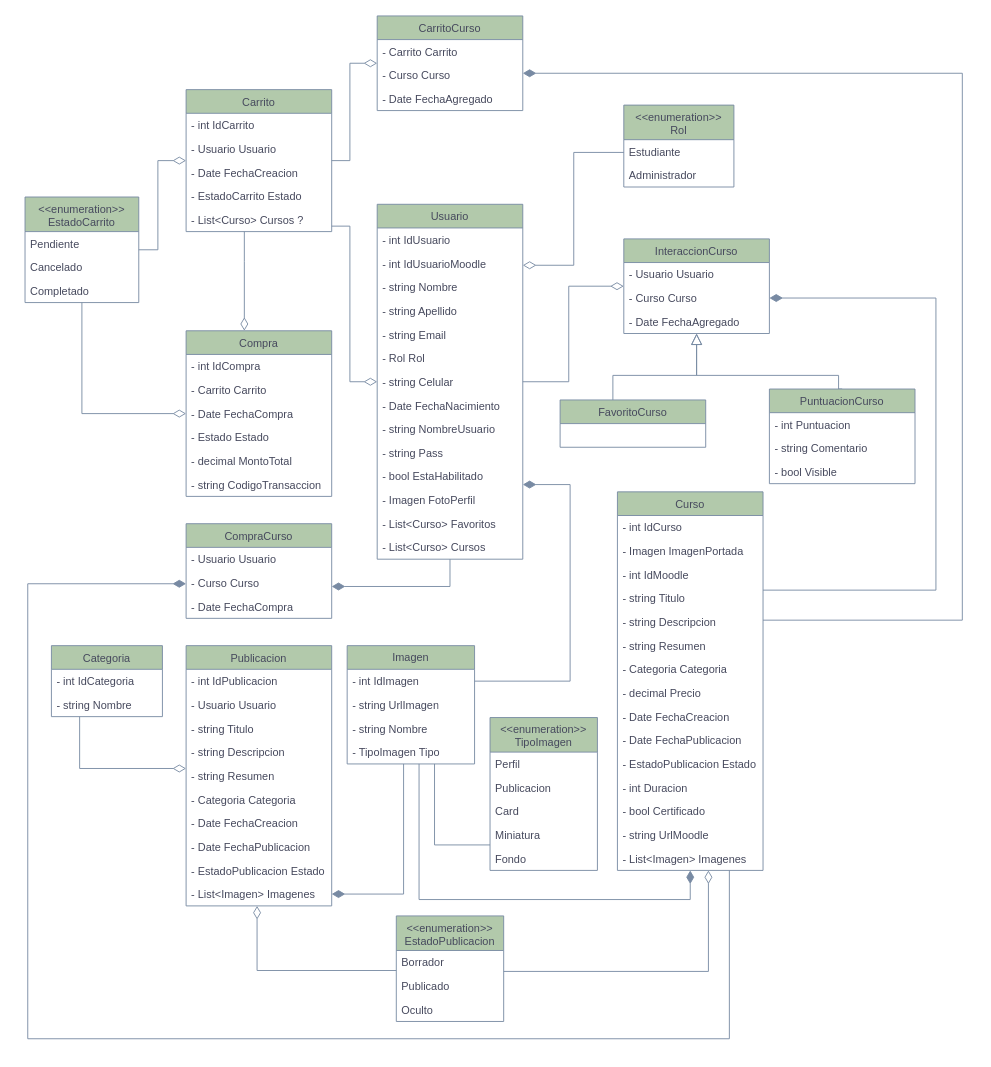
Earlier version of the draw.io diagram UML/UML.drawio (GDieser/tpc-equipo-12A). Source tidied: cells renumbered, new cells numbered last; positions are measured from the earlier drawing's top-left corner, leaving out a move shared by most shapes. Both pictures are drawn from the tidied source at 91%, with x=0, y=0 at pixel (25, 15).
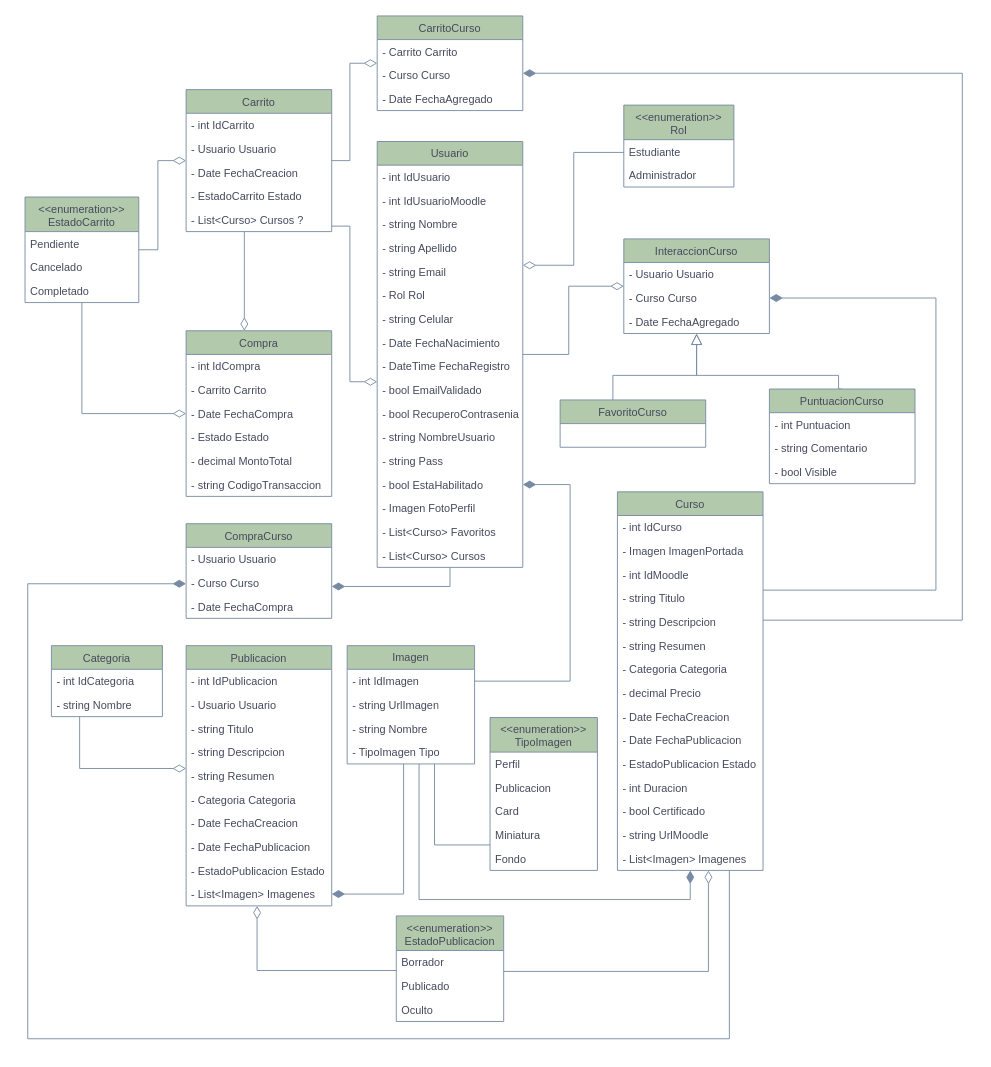
The same page after the edit.

The edit, as a diff of the source:
```diff
@@
     <mxCell id="2" value="Usuario" style="swimlane;fontStyle=0;align=center;verticalAlign=top;horizontal=1;startSize=26;rounded=0;shadow=0;strokeWidth=1;labelBackgroundColor=none;fillColor=#B2C9AB;strokeColor=#788AA3;fontColor=#46495D;" parent="1" vertex="1">
-      <mxGeometry x="387" y="207" width="160" height="390" as="geometry" />
+      <mxGeometry x="387" y="138" width="160" height="468" as="geometry" />
     </mxCell>
@@
+    <mxCell id="120" value="- DateTime FechaRegistro" style="text;align=left;verticalAlign=top;spacingLeft=4;spacingRight=4;overflow=hidden;rounded=0;shadow=0;html=0;labelBackgroundColor=none;fontColor=#46495D;" parent="2" vertex="1">
+      <mxGeometry y="234" width="160" height="26" as="geometry" />
+    </mxCell>
+    <mxCell id="121" value="- bool EmailValidado" style="text;align=left;verticalAlign=top;spacingLeft=4;spacingRight=4;overflow=hidden;rounded=0;shadow=0;html=0;labelBackgroundColor=none;fontColor=#46495D;" parent="2" vertex="1">
+      <mxGeometry y="260" width="160" height="26" as="geometry" />
+    </mxCell>
+    <mxCell id="122" value="- bool RecuperoContrasenia" style="text;align=left;verticalAlign=top;spacingLeft=4;spacingRight=4;overflow=hidden;rounded=0;shadow=0;html=0;labelBackgroundColor=none;fontColor=#46495D;" parent="2" vertex="1">
+      <mxGeometry y="286" width="160" height="26" as="geometry" />
+    </mxCell>
     <mxCell id="11" value="- string NombreUsuario" style="text;align=left;verticalAlign=top;spacingLeft=4;spacingRight=4;overflow=hidden;rounded=0;shadow=0;html=0;labelBackgroundColor=none;fontColor=#46495D;" parent="2" vertex="1">
-      <mxGeometry y="234" width="160" height="26" as="geometry" />
+      <mxGeometry y="312" width="160" height="26" as="geometry" />
     </mxCell>
     <mxCell id="12" value="- string Pass" style="text;align=left;verticalAlign=top;spacingLeft=4;spacingRight=4;overflow=hidden;rounded=0;shadow=0;html=0;labelBackgroundColor=none;fontColor=#46495D;" parent="2" vertex="1">
-      <mxGeometry y="260" width="160" height="26" as="geometry" />
+      <mxGeometry y="338" width="160" height="26" as="geometry" />
     </mxCell>
     <mxCell id="13" value="- bool EstaHabilitado" style="text;align=left;verticalAlign=top;spacingLeft=4;spacingRight=4;overflow=hidden;rounded=0;shadow=0;html=0;labelBackgroundColor=none;fontColor=#46495D;" parent="2" vertex="1">
-      <mxGeometry y="286" width="160" height="26" as="geometry" />
+      <mxGeometry y="364" width="160" height="26" as="geometry" />
     </mxCell>
     <mxCell id="14" value="- Imagen FotoPerfil" style="text;align=left;verticalAlign=top;spacingLeft=4;spacingRight=4;overflow=hidden;rounded=0;shadow=0;html=0;labelBackgroundColor=none;fontColor=#46495D;" parent="2" vertex="1">
-      <mxGeometry y="312" width="160" height="26" as="geometry" />
+      <mxGeometry y="390" width="160" height="26" as="geometry" />
     </mxCell>
     <mxCell id="15" value="- List&lt;Curso&gt; Favoritos" style="text;align=left;verticalAlign=top;spacingLeft=4;spacingRight=4;overflow=hidden;rounded=0;shadow=0;html=0;labelBackgroundColor=none;fontColor=#46495D;" parent="2" vertex="1">
-      <mxGeometry y="338" width="160" height="26" as="geometry" />
+      <mxGeometry y="416" width="160" height="26" as="geometry" />
     </mxCell>
     <mxCell id="16" value="- List&lt;Curso&gt; Cursos" style="text;align=left;verticalAlign=top;spacingLeft=4;spacingRight=4;overflow=hidden;rounded=0;shadow=0;html=0;labelBackgroundColor=none;fontColor=#46495D;" parent="2" vertex="1">
-      <mxGeometry y="364" width="160" height="26" as="geometry" />
+      <mxGeometry y="442" width="160" height="26" as="geometry" />
     </mxCell>
```
